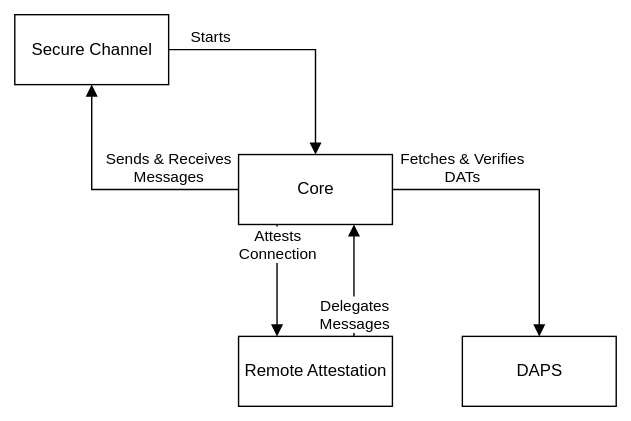
Above: images/components.drawio.svg in MatthiasGr/idscp2-jvm-wiki (draw.io), before the change. Source tidied: cells renumbered, new cells last; positions are measured from the earlier drawing's top-left corner, leaving out a move shared by most shapes.
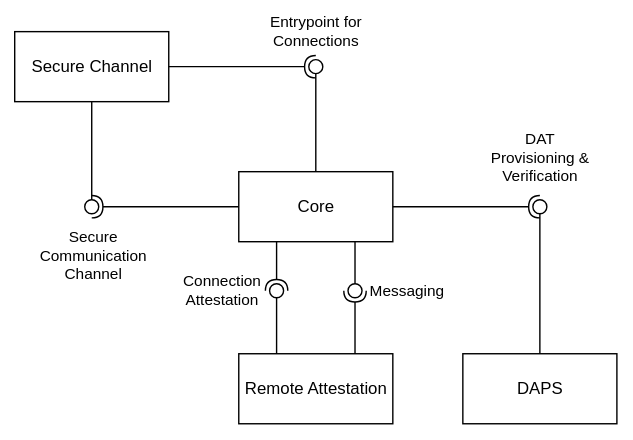
Above is the later version.

Commit message:
Modified the component diagram to be closer to UML

Diff of the diagram source:
```diff
@@ -8,38 +8,89 @@
     <mxCell id="3" value="Core" style="html=1;" parent="1" vertex="1">
       <mxGeometry x="160" y="100" width="110" height="50" as="geometry" />
     </mxCell>
-    <mxCell id="4" value="Starts" style="html=1;verticalAlign=bottom;endArrow=block;rounded=0;exitX=1;exitY=0.5;exitDx=0;exitDy=0;entryX=0.5;entryY=0;entryDx=0;entryDy=0;" parent="1" edge="1" source="2" target="3">
-      <mxGeometry x="-0.67" relative="1" as="geometry">
-        <Array as="points">
-          <mxPoint x="215" y="25" />
-        </Array>
-      </mxGeometry>
-    </mxCell>
-    <mxCell id="5" value="Sends &amp;amp; Receives&lt;br&gt;Messages" style="html=1;verticalAlign=bottom;endArrow=block;rounded=0;exitX=0;exitY=0.5;exitDx=0;exitDy=0;entryX=0.5;entryY=1;entryDx=0;entryDy=0;" parent="1" edge="1" source="3" target="2">
-      <mxGeometry x="-0.44" relative="1" as="geometry">
-        <Array as="points">
-          <mxPoint x="55" y="125" />
-        </Array>
-      </mxGeometry>
-    </mxCell>
     <mxCell id="6" value="DAPS" style="html=1;" parent="1" vertex="1">
       <mxGeometry x="320" y="230" width="110" height="50" as="geometry" />
     </mxCell>
-    <mxCell id="7" value="Fetches &amp;amp; Verifies&lt;br&gt;DATs" style="html=1;verticalAlign=bottom;endArrow=block;rounded=0;exitX=1;exitY=0.5;exitDx=0;exitDy=0;entryX=0.5;entryY=0;entryDx=0;entryDy=0;" parent="1" edge="1" source="3" target="6">
-      <mxGeometry x="-0.52" relative="1" as="geometry">
-        <Array as="points">
-          <mxPoint x="375" y="125" />
-        </Array>
-      </mxGeometry>
-    </mxCell>
     <mxCell id="8" value="Remote Attestation" style="html=1;" parent="1" vertex="1">
       <mxGeometry x="160" y="230" width="110" height="50" as="geometry" />
     </mxCell>
-    <mxCell id="9" value="Attests&lt;br&gt;Connection" style="html=1;verticalAlign=bottom;endArrow=block;rounded=0;exitX=0.25;exitY=1;exitDx=0;exitDy=0;entryX=0.25;entryY=0;entryDx=0;entryDy=0;" parent="1" edge="1" source="3" target="8">
-      <mxGeometry x="-0.25" relative="1" as="geometry" />
-    </mxCell>
-    <mxCell id="10" value="Delegates&lt;br&gt;Messages" style="html=1;verticalAlign=bottom;endArrow=block;rounded=0;exitX=0.75;exitY=0;exitDx=0;exitDy=0;entryX=0.75;entryY=1;entryDx=0;entryDy=0;" parent="1" edge="1" source="8" target="3">
-      <mxGeometry x="-1" relative="1" as="geometry" />
-    </mxCell>
+    <mxCell id="11" style="rounded=0;jettySize=auto;html=1;endArrow=none;endFill=0;sketch=0;sourcePerimeterSpacing=0;targetPerimeterSpacing=0;exitX=0.5;exitY=1;exitDx=0;exitDy=0;" parent="1" edge="1" source="2" target="14">
+      <mxGeometry relative="1" as="geometry" />
+    </mxCell>
+    <mxCell id="12" style="rounded=0;jettySize=auto;html=1;endArrow=halfCircle;endFill=0;entryX=0.5;entryY=0.5;endSize=6;strokeWidth=1;sketch=0;exitX=0;exitY=0.5;exitDx=0;exitDy=0;" parent="1" edge="1" source="3" target="14">
+      <mxGeometry relative="1" as="geometry" />
+    </mxCell>
+    <mxCell id="13" value="Secure&lt;br&gt;Communication&lt;br&gt;Channel" style="edgeLabel;html=1;align=center;verticalAlign=middle;" parent="12" vertex="1">
+      <mxGeometry x="0.62" y="1" relative="1" as="geometry">
+        <mxPoint x="-20" y="34" as="offset" />
+      </mxGeometry>
+    </mxCell>
+    <mxCell id="14" style="ellipse;whiteSpace=wrap;html=1;align=center;points=[];outlineConnect=0;sketch=0;" parent="1" vertex="1">
+      <mxGeometry x="50" y="120" width="10" height="10" as="geometry" />
+    </mxCell>
+    <mxCell id="15" style="rounded=0;jettySize=auto;html=1;endArrow=none;endFill=0;sketch=0;sourcePerimeterSpacing=0;targetPerimeterSpacing=0;exitX=0.5;exitY=0;exitDx=0;exitDy=0;" parent="1" edge="1" source="6" target="18">
+      <mxGeometry relative="1" as="geometry" />
+    </mxCell>
+    <mxCell id="16" value="DAT&lt;br&gt;Provisioning &amp;amp;&lt;br&gt;Verification" style="edgeLabel;html=1;align=center;verticalAlign=middle;" parent="15" vertex="1">
+      <mxGeometry x="0.82" y="-3" relative="1" as="geometry">
+        <mxPoint x="-3" y="-49" as="offset" />
+      </mxGeometry>
+    </mxCell>
+    <mxCell id="17" style="rounded=0;jettySize=auto;html=1;endArrow=halfCircle;endFill=0;entryX=0.5;entryY=0.5;endSize=6;strokeWidth=1;sketch=0;exitX=1;exitY=0.5;exitDx=0;exitDy=0;" parent="1" edge="1" source="3" target="18">
+      <mxGeometry relative="1" as="geometry" />
+    </mxCell>
+    <mxCell id="18" style="ellipse;whiteSpace=wrap;html=1;align=center;points=[];outlineConnect=0;sketch=0;" parent="1" vertex="1">
+      <mxGeometry x="370" y="120" width="10" height="10" as="geometry" />
+    </mxCell>
+    <mxCell id="19" style="rounded=0;jettySize=auto;html=1;endArrow=none;endFill=0;sketch=0;sourcePerimeterSpacing=0;targetPerimeterSpacing=0;exitX=0;exitY=0;exitDx=0;exitDy=0;" parent="1" edge="1" target="22">
+      <mxGeometry relative="1" as="geometry">
+        <mxPoint x="187" y="230" as="sourcePoint" />
+      </mxGeometry>
+    </mxCell>
+    <mxCell id="20" value="Connection&lt;br&gt;Attestation" style="edgeLabel;html=1;align=center;verticalAlign=middle;" parent="19" vertex="1">
+      <mxGeometry x="0.42" relative="1" as="geometry">
+        <mxPoint x="-39" y="-17" as="offset" />
+      </mxGeometry>
+    </mxCell>
+    <mxCell id="21" style="rounded=0;jettySize=auto;html=1;endArrow=halfCircle;endFill=0;entryX=0.5;entryY=0.5;endSize=6;strokeWidth=1;sketch=0;exitX=0;exitY=1;exitDx=0;exitDy=0;" parent="1" edge="1" target="22">
+      <mxGeometry relative="1" as="geometry">
+        <mxPoint x="187" y="150" as="sourcePoint" />
+      </mxGeometry>
+    </mxCell>
+    <mxCell id="22" style="ellipse;whiteSpace=wrap;html=1;align=center;points=[];outlineConnect=0;sketch=0;" parent="1" vertex="1">
+      <mxGeometry x="182" y="180" width="10" height="10" as="geometry" />
+    </mxCell>
+    <mxCell id="23" style="rounded=0;jettySize=auto;html=1;endArrow=none;endFill=0;sketch=0;sourcePerimeterSpacing=0;targetPerimeterSpacing=0;exitX=1;exitY=1;exitDx=0;exitDy=0;" parent="1" edge="1" target="26">
+      <mxGeometry relative="1" as="geometry">
+        <mxPoint x="243" y="150" as="sourcePoint" />
+      </mxGeometry>
+    </mxCell>
+    <mxCell id="24" style="rounded=0;jettySize=auto;html=1;endArrow=halfCircle;endFill=0;entryX=0.5;entryY=0.5;endSize=6;strokeWidth=1;sketch=0;exitX=1;exitY=0;exitDx=0;exitDy=0;" parent="1" edge="1" target="26">
+      <mxGeometry relative="1" as="geometry">
+        <mxPoint x="243" y="230" as="sourcePoint" />
+      </mxGeometry>
+    </mxCell>
+    <mxCell id="25" value="Messaging" style="edgeLabel;html=1;align=center;verticalAlign=middle;" parent="24" vertex="1">
+      <mxGeometry x="0.35" y="1" relative="1" as="geometry">
+        <mxPoint x="38" y="-15" as="offset" />
+      </mxGeometry>
+    </mxCell>
+    <mxCell id="26" style="ellipse;whiteSpace=wrap;html=1;align=center;points=[];outlineConnect=0;sketch=0;" parent="1" vertex="1">
+      <mxGeometry x="238" y="180" width="10" height="10" as="geometry" />
+    </mxCell>
+    <mxCell id="27" style="rounded=0;jettySize=auto;html=1;endArrow=none;endFill=0;sketch=0;sourcePerimeterSpacing=0;targetPerimeterSpacing=0;exitX=0.5;exitY=0;exitDx=0;exitDy=0;" parent="1" edge="1" source="3" target="30">
+      <mxGeometry relative="1" as="geometry" />
+    </mxCell>
+    <mxCell id="28" value="Entrypoint for&lt;br&gt;Connections" style="edgeLabel;html=1;align=center;verticalAlign=middle;" parent="27" vertex="1">
+      <mxGeometry x="0.77" y="-1" relative="1" as="geometry">
+        <mxPoint x="-1" y="-38" as="offset" />
+      </mxGeometry>
+    </mxCell>
+    <mxCell id="29" style="rounded=0;jettySize=auto;html=1;endArrow=halfCircle;endFill=0;entryX=0.5;entryY=0.5;endSize=6;strokeWidth=1;sketch=0;exitX=1;exitY=0.5;exitDx=0;exitDy=0;" parent="1" edge="1" source="2" target="30">
+      <mxGeometry relative="1" as="geometry" />
+    </mxCell>
+    <mxCell id="30" style="ellipse;whiteSpace=wrap;html=1;align=center;points=[];outlineConnect=0;sketch=0;" parent="1" vertex="1">
+      <mxGeometry x="210" y="20" width="10" height="10" as="geometry" />
+    </mxCell>
   </root>
 </mxGraphModel>
```
